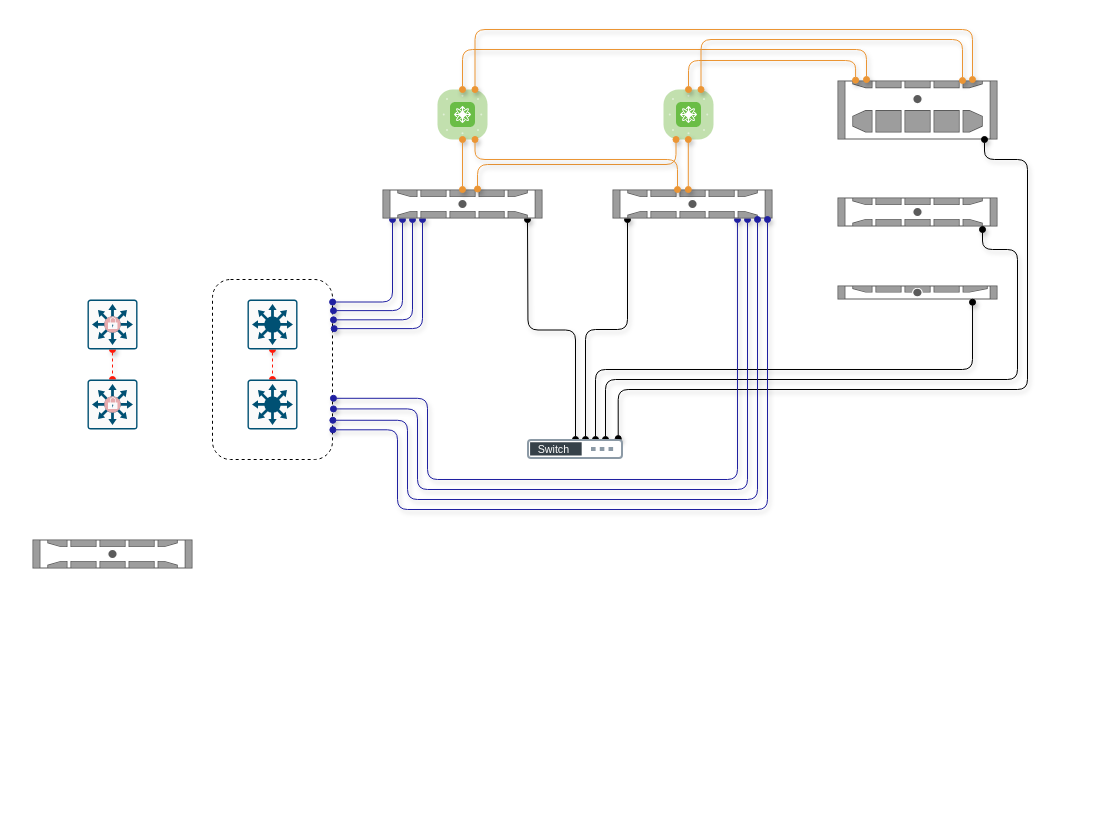
The draw.io diagram Untitled Diagram.drawio in dacchieu/drawio, before the edit. Source tidied: cells renumbered, new cells numbered last; positions are measured from the earlier drawing's top-left corner, leaving out a move shared by most shapes. Both pictures are drawn from the tidied source at 100%, with x=0, y=0 at pixel (32, 29).
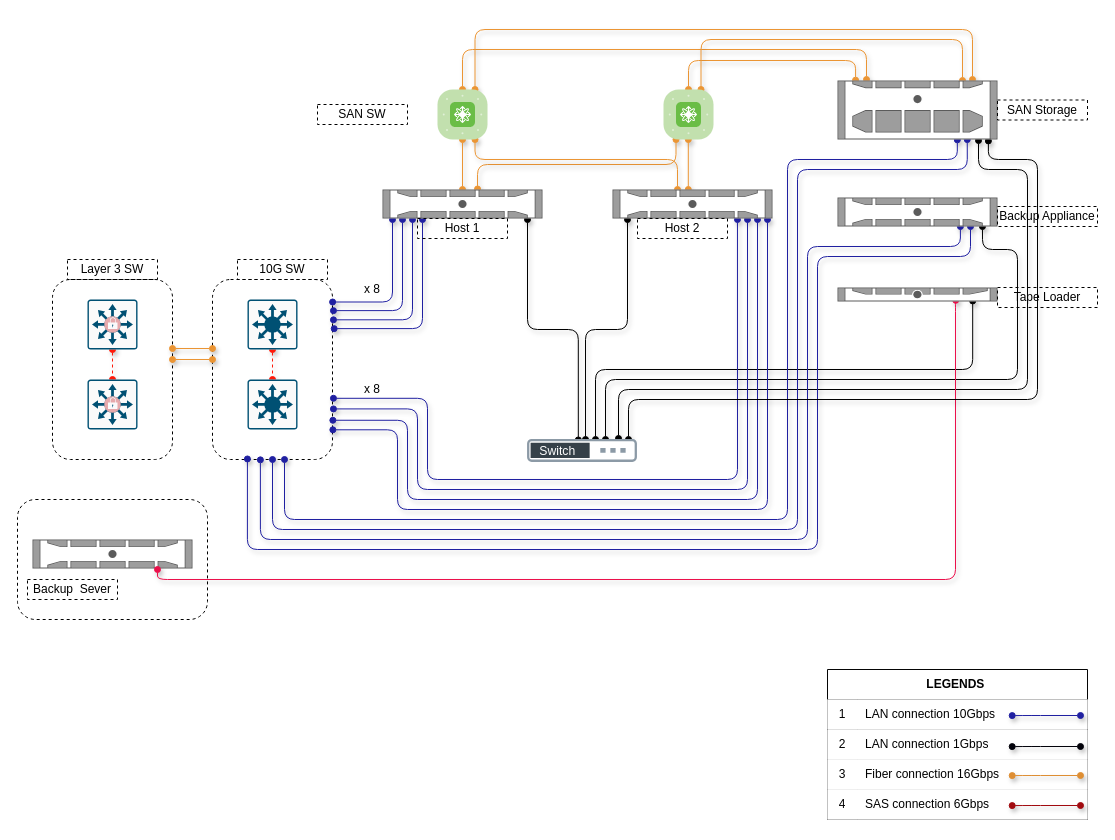
The same diagram, later.

Unchanged cells that the change refers to:
```xml
<mxCell id="19" style="rounded=1;whiteSpace=wrap;html=1;fillColor=none;dashed=1;" parent="1" vertex="1">
  <mxGeometry x="180" y="250" width="120" height="180" as="geometry" />
</mxCell>
```

Diff of the diagram source:
```diff
@@
-    <mxCell id="3" style="edgeStyle=orthogonalEdgeStyle;jettySize=auto;html=1;rounded=1;startArrow=oval;startFill=1;endArrow=oval;endFill=1;jumpStyle=none;shadow=1;entryX=0.5;entryY=0;entryDx=0;entryDy=0;" parent="1" edge="1" target="17">
+    <mxCell id="3" style="edgeStyle=orthogonalEdgeStyle;jettySize=auto;html=1;rounded=1;startArrow=oval;startFill=1;endArrow=oval;endFill=1;jumpStyle=none;shadow=1;entryX=0.462;entryY=0.02;entryDx=0;entryDy=0;entryPerimeter=0;" parent="1" edge="1" target="17">
       <mxGeometry relative="1" as="geometry">
         <mxPoint x="495" y="190" as="sourcePoint" />
+        <Array as="points">
+          <mxPoint x="495" y="300" />
+          <mxPoint x="545" y="300" />
+          <mxPoint x="545" y="411" />
+        </Array>
       </mxGeometry>
     </mxCell>
-    <mxCell id="4" style="verticalLabelPosition=bottom;html=1;fillColor=#6ABD46;strokeColor=#ffffff;verticalAlign=top;align=center;points=[[0.085,0.085,0],[0.915,0.085,0],[0.915,0.915,0],[0.085,0.915,0],[0.25,0,0],[0.5,0,0],[0.75,0,0],[1,0.25,0],[1,0.5,0],[1,0.75,0],[0.75,1,0],[0.5,1,0],[0.25,1,0],[0,0.75,0],[0,0.5,0],[0,0.25,0]];shape=mxgraph.cisco_safe.compositeIcon;bgIcon=mxgraph.cisco_safe.architecture.generic_appliance;resIcon=mxgraph.cisco_safe.architecture.fabric_switch;" parent="1" vertex="1">
-      <mxGeometry x="405" y="60" width="50" height="50" as="geometry" />
-    </mxCell>
@@
-    <mxCell id="8" style="verticalLabelPosition=bottom;html=1;fillColor=#6ABD46;strokeColor=#ffffff;verticalAlign=top;align=center;points=[[0.085,0.085,0],[0.915,0.085,0],[0.915,0.915,0],[0.085,0.915,0],[0.25,0,0],[0.5,0,0],[0.75,0,0],[1,0.25,0],[1,0.5,0],[1,0.75,0],[0.75,1,0],[0.5,1,0],[0.25,1,0],[0,0.75,0],[0,0.5,0],[0,0.25,0]];shape=mxgraph.cisco_safe.compositeIcon;bgIcon=mxgraph.cisco_safe.architecture.generic_appliance;resIcon=mxgraph.cisco_safe.architecture.fabric_switch;" parent="1" vertex="1">
-      <mxGeometry x="631" y="60" width="50" height="50" as="geometry" />
-    </mxCell>
@@
-    <mxCell id="11" style="shape=mxgraph.rack.dell.dell_poweredge_4u;html=1;labelPosition=right;align=left;spacingLeft=15;dashed=0;shadow=0;fillColor=#ffffff;" parent="1" vertex="1">
-      <mxGeometry x="805" y="51" width="160" height="59" as="geometry" />
-    </mxCell>
-    <mxCell id="12" style="shape=mxgraph.rack.dell.dell_poweredge_2u;html=1;labelPosition=right;align=left;spacingLeft=15;dashed=0;shadow=0;fillColor=#ffffff;" parent="1" vertex="1">
-      <mxGeometry x="805" y="168" width="160" height="29" as="geometry" />
-    </mxCell>
-    <mxCell id="13" style="shape=mxgraph.rack.dell.dell_poweredge_1u;html=1;labelPosition=right;align=left;spacingLeft=15;dashed=0;shadow=0;fillColor=#ffffff;" parent="1" vertex="1">
-      <mxGeometry x="805" y="256" width="160" height="14" as="geometry" />
-    </mxCell>
-    <mxCell id="14" style="edgeStyle=orthogonalEdgeStyle;jettySize=auto;html=1;rounded=1;startArrow=oval;startFill=1;endArrow=oval;endFill=1;jumpStyle=none;shadow=1;exitX=0.844;exitY=1.194;exitDx=0;exitDy=0;exitPerimeter=0;" parent="1" edge="1" source="13">
+    <mxCell id="14" style="edgeStyle=orthogonalEdgeStyle;jettySize=auto;html=1;rounded=1;startArrow=oval;startFill=1;endArrow=oval;endFill=1;jumpStyle=none;shadow=1;exitX=0.845;exitY=0.961;exitDx=0;exitDy=0;exitPerimeter=0;" parent="1" edge="1" source="13">
       <mxGeometry relative="1" as="geometry">
         <mxPoint x="563" y="410" as="targetPoint" />
         <Array as="points">
           <mxPoint x="940" y="340" />
           <mxPoint x="563" y="340" />
         </Array>
       </mxGeometry>
     </mxCell>
-    <mxCell id="15" style="edgeStyle=orthogonalEdgeStyle;orthogonalLoop=1;jettySize=auto;html=1;rounded=1;startArrow=oval;startFill=1;endArrow=oval;endFill=1;jumpStyle=none;shadow=1;" parent="1" edge="1">
+    <mxCell id="15" style="edgeStyle=orthogonalEdgeStyle;jettySize=auto;html=1;rounded=1;startArrow=oval;startFill=1;endArrow=oval;endFill=1;jumpStyle=none;shadow=1;exitX=0.906;exitY=1.001;exitDx=0;exitDy=0;exitPerimeter=0;" parent="1" edge="1" source="12">
       <mxGeometry relative="1" as="geometry">
-        <mxPoint x="950" y="200" as="sourcePoint" />
         <mxPoint x="573" y="410" as="targetPoint" />
         <Array as="points">
           <mxPoint x="950" y="220" />
           <mxPoint x="985" y="220" />
           <mxPoint x="985" y="350" />
           <mxPoint x="573" y="350" />
         </Array>
       </mxGeometry>
     </mxCell>
-    <mxCell id="16" style="edgeStyle=orthogonalEdgeStyle;jettySize=auto;html=1;rounded=1;startArrow=oval;startFill=1;endArrow=oval;endFill=1;jumpStyle=none;shadow=1;entryX=0.945;entryY=-0.044;entryDx=0;entryDy=0;entryPerimeter=0;" parent="1" edge="1" target="17">
+    <mxCell id="16" style="edgeStyle=orthogonalEdgeStyle;orthogonalLoop=1;jettySize=auto;html=1;rounded=1;startArrow=oval;startFill=1;endArrow=oval;endFill=1;jumpStyle=none;shadow=1;" parent="1" edge="1">
       <mxGeometry relative="1" as="geometry">
-        <mxPoint x="952" y="110" as="sourcePoint" />
+        <mxPoint x="946" y="111" as="sourcePoint" />
+        <mxPoint x="586" y="409" as="targetPoint" />
         <Array as="points">
-          <mxPoint x="952" y="130" />
-          <mxPoint x="995" y="130" />
+          <mxPoint x="946" y="140" />
+          <mxPoint x="995" y="140" />
           <mxPoint x="995" y="360" />
           <mxPoint x="586" y="360" />
-          <mxPoint x="586" y="409" />
         </Array>
       </mxGeometry>
     </mxCell>
-    <mxCell id="17" style="perimeter=ellipsePerimeter;html=1;align=center;fontSize=12;verticalAlign=top;fontColor=#364149;shadow=0;dashed=0;image;image=img/lib/cumulus/switch.svg;fillColor=#00188D;" parent="1" vertex="1">
-      <mxGeometry x="495" y="410" width="96" height="20" as="geometry" />
-    </mxCell>
@@
-    <mxCell id="26" style="shape=mxgraph.rack.dell.dell_poweredge_2u;html=1;labelPosition=right;align=left;spacingLeft=15;dashed=0;shadow=0;fillColor=#ffffff;" parent="1" vertex="1">
-      <mxGeometry x="580" y="160" width="160" height="29" as="geometry" />
-    </mxCell>
-    <mxCell id="27" style="shape=mxgraph.rack.dell.dell_poweredge_2u;html=1;labelPosition=right;align=left;spacingLeft=15;dashed=0;shadow=0;fillColor=#ffffff;" parent="1" vertex="1">
-      <mxGeometry x="350" y="160" width="160" height="29" as="geometry" />
-    </mxCell>
@@
+    <mxCell id="39" style="edgeStyle=orthogonalEdgeStyle;jettySize=auto;html=1;rounded=1;startArrow=oval;startFill=1;endArrow=oval;endFill=1;jumpStyle=none;shadow=1;strokeColor=#2020A1;exitX=0.749;exitY=1.006;exitDx=0;exitDy=0;exitPerimeter=0;" parent="1" edge="1" source="11" target="19">
+      <mxGeometry relative="1" as="geometry">
+        <Array as="points">
+          <mxPoint x="925" y="130" />
+          <mxPoint x="755" y="130" />
+          <mxPoint x="755" y="490" />
+          <mxPoint x="252" y="490" />
+        </Array>
+      </mxGeometry>
+    </mxCell>
+    <mxCell id="40" style="edgeStyle=orthogonalEdgeStyle;jettySize=auto;html=1;rounded=1;startArrow=oval;startFill=1;endArrow=oval;endFill=1;jumpStyle=none;shadow=1;strokeColor=#2020A1;entryX=0.5;entryY=1;entryDx=0;entryDy=0;exitX=0.811;exitY=1.002;exitDx=0;exitDy=0;exitPerimeter=0;" parent="1" edge="1" source="11" target="19">
+      <mxGeometry relative="1" as="geometry">
+        <Array as="points">
+          <mxPoint x="935" y="140" />
+          <mxPoint x="765" y="140" />
+          <mxPoint x="765" y="500" />
+          <mxPoint x="240" y="500" />
+        </Array>
+      </mxGeometry>
+    </mxCell>
+    <mxCell id="41" style="edgeStyle=orthogonalEdgeStyle;jettySize=auto;html=1;rounded=1;startArrow=oval;startFill=1;endArrow=oval;endFill=1;jumpStyle=none;shadow=1;sketch=0;entryX=0.739;entryY=0.914;entryDx=0;entryDy=0;entryPerimeter=0;strokeColor=#EB104B;" parent="1" edge="1" target="13">
+      <mxGeometry relative="1" as="geometry">
+        <mxPoint x="125" y="540" as="sourcePoint" />
+        <Array as="points">
+          <mxPoint x="125" y="550" />
+          <mxPoint x="923" y="550" />
+          <mxPoint x="923" y="272" />
+        </Array>
+      </mxGeometry>
+    </mxCell>
+    <mxCell id="42" style="edgeStyle=orthogonalEdgeStyle;jettySize=auto;html=1;rounded=1;startArrow=oval;startFill=1;endArrow=oval;endFill=1;jumpStyle=none;shadow=1;strokeColor=#2020A1;entryX=0.399;entryY=1.002;entryDx=0;entryDy=0;entryPerimeter=0;" parent="1" edge="1" target="19">
+      <mxGeometry relative="1" as="geometry">
+        <mxPoint x="927.9" y="197" as="sourcePoint" />
+        <Array as="points">
+          <mxPoint x="928" y="217" />
+          <mxPoint x="775" y="217" />
+          <mxPoint x="775" y="510" />
+          <mxPoint x="228" y="510" />
+          <mxPoint x="228" y="430" />
+        </Array>
+      </mxGeometry>
+    </mxCell>
+    <mxCell id="43" style="edgeStyle=orthogonalEdgeStyle;jettySize=auto;html=1;rounded=1;startArrow=oval;startFill=1;endArrow=oval;endFill=1;jumpStyle=none;shadow=1;strokeColor=#2020A1;entryX=0.291;entryY=0.997;entryDx=0;entryDy=0;entryPerimeter=0;" parent="1" edge="1" source="12" target="19">
+      <mxGeometry relative="1" as="geometry">
+        <Array as="points">
+          <mxPoint x="938" y="227" />
+          <mxPoint x="785" y="227" />
+          <mxPoint x="785" y="520" />
+          <mxPoint x="215" y="520" />
+        </Array>
+      </mxGeometry>
+    </mxCell>
+    <mxCell id="44" style="rounded=1;whiteSpace=wrap;html=1;fillColor=none;dashed=1;" parent="1" vertex="1">
+      <mxGeometry x="20" y="250" width="120" height="180" as="geometry" />
+    </mxCell>
+    <mxCell id="45" style="rounded=1;whiteSpace=wrap;html=1;fillColor=none;dashed=1;" parent="1" vertex="1">
+      <mxGeometry x="-15" y="470" width="190" height="120" as="geometry" />
+    </mxCell>
+    <mxCell id="46" style="edgeStyle=orthogonalEdgeStyle;jettySize=auto;html=1;rounded=1;startArrow=oval;startFill=1;endArrow=oval;endFill=1;jumpStyle=none;shadow=1;exitX=0.943;exitY=1.024;exitDx=0;exitDy=0;exitPerimeter=0;" parent="1" edge="1" source="11">
+      <mxGeometry relative="1" as="geometry">
+        <mxPoint x="596" y="410" as="targetPoint" />
+        <Array as="points">
+          <mxPoint x="956" y="130" />
+          <mxPoint x="1005" y="130" />
+          <mxPoint x="1005" y="370" />
+          <mxPoint x="596" y="370" />
+        </Array>
+      </mxGeometry>
+    </mxCell>
+    <mxCell id="17" style="perimeter=ellipsePerimeter;html=1;align=center;fontSize=12;verticalAlign=top;fontColor=#364149;shadow=0;dashed=0;image;image=img/lib/cumulus/switch.svg;fillColor=#00188D;" parent="1" vertex="1">
+      <mxGeometry x="495" y="410" width="110" height="22.9" as="geometry" />
+    </mxCell>
+    <mxCell id="13" style="shape=mxgraph.rack.dell.dell_poweredge_1u;html=1;labelPosition=right;align=left;spacingLeft=15;dashed=0;shadow=0;fillColor=#ffffff;" parent="1" vertex="1">
+      <mxGeometry x="805" y="258" width="160" height="14" as="geometry" />
+    </mxCell>
+    <mxCell id="12" style="shape=mxgraph.rack.dell.dell_poweredge_2u;html=1;labelPosition=right;align=left;spacingLeft=15;dashed=0;shadow=0;fillColor=#ffffff;" parent="1" vertex="1">
+      <mxGeometry x="805" y="168" width="160" height="29" as="geometry" />
+    </mxCell>
+    <mxCell id="11" style="shape=mxgraph.rack.dell.dell_poweredge_4u;html=1;labelPosition=right;align=left;spacingLeft=15;dashed=0;shadow=0;fillColor=#ffffff;" parent="1" vertex="1">
+      <mxGeometry x="805" y="51" width="160" height="59" as="geometry" />
+    </mxCell>
+    <mxCell id="26" style="shape=mxgraph.rack.dell.dell_poweredge_2u;html=1;labelPosition=right;align=left;spacingLeft=15;dashed=0;shadow=0;fillColor=#ffffff;" parent="1" vertex="1">
+      <mxGeometry x="580" y="160" width="160" height="29" as="geometry" />
+    </mxCell>
+    <mxCell id="27" style="shape=mxgraph.rack.dell.dell_poweredge_2u;html=1;labelPosition=right;align=left;spacingLeft=15;dashed=0;shadow=0;fillColor=#ffffff;" parent="1" vertex="1">
+      <mxGeometry x="350" y="160" width="160" height="29" as="geometry" />
+    </mxCell>
+    <mxCell id="4" style="verticalLabelPosition=bottom;html=1;fillColor=#6ABD46;strokeColor=#ffffff;verticalAlign=top;align=center;points=[[0.085,0.085,0],[0.915,0.085,0],[0.915,0.915,0],[0.085,0.915,0],[0.25,0,0],[0.5,0,0],[0.75,0,0],[1,0.25,0],[1,0.5,0],[1,0.75,0],[0.75,1,0],[0.5,1,0],[0.25,1,0],[0,0.75,0],[0,0.5,0],[0,0.25,0]];shape=mxgraph.cisco_safe.compositeIcon;bgIcon=mxgraph.cisco_safe.architecture.generic_appliance;resIcon=mxgraph.cisco_safe.architecture.fabric_switch;" parent="1" vertex="1">
+      <mxGeometry x="405" y="60" width="50" height="50" as="geometry" />
+    </mxCell>
+    <mxCell id="8" style="verticalLabelPosition=bottom;html=1;fillColor=#6ABD46;strokeColor=#ffffff;verticalAlign=top;align=center;points=[[0.085,0.085,0],[0.915,0.085,0],[0.915,0.915,0],[0.085,0.915,0],[0.25,0,0],[0.5,0,0],[0.75,0,0],[1,0.25,0],[1,0.5,0],[1,0.75,0],[0.75,1,0],[0.5,1,0],[0.25,1,0],[0,0.75,0],[0,0.5,0],[0,0.25,0]];shape=mxgraph.cisco_safe.compositeIcon;bgIcon=mxgraph.cisco_safe.architecture.generic_appliance;resIcon=mxgraph.cisco_safe.architecture.fabric_switch;" parent="1" vertex="1">
+      <mxGeometry x="631" y="60" width="50" height="50" as="geometry" />
+    </mxCell>
+    <mxCell id="47" value="LEGENDS&amp;nbsp;" style="shape=table;html=1;whiteSpace=wrap;startSize=30;childLayout=tableLayout;rowLines=1;fontStyle=1;align=center;strokeColor=#050505;" parent="1" vertex="1">
+      <mxGeometry x="795" y="640" width="260" height="150" as="geometry" />
+    </mxCell>
+    <mxCell id="48" style="shape=partialRectangle;html=1;whiteSpace=wrap;top=0;left=0;bottom=1;right=0;" parent="47" vertex="1">
+      <mxGeometry y="30" width="260" height="30" as="geometry" />
+    </mxCell>
+    <mxCell id="49" value="1" style="shape=partialRectangle;html=1;whiteSpace=wrap;top=0;left=0;bottom=0;right=0;overflow=hidden;" parent="48" vertex="1">
+      <mxGeometry width="30" height="30" as="geometry" />
+    </mxCell>
+    <mxCell id="50" value="LAN connection 10Gbps" style="shape=partialRectangle;html=1;whiteSpace=wrap;top=0;left=0;bottom=0;right=0;align=left;spacingLeft=6;overflow=hidden;" parent="48" vertex="1">
+      <mxGeometry x="30" width="230" height="30" as="geometry" />
+    </mxCell>
+    <mxCell id="51" style="shape=partialRectangle;html=1;whiteSpace=wrap;top=0;left=0;bottom=0;right=0;" parent="47" vertex="1">
+      <mxGeometry y="60" width="260" height="30" as="geometry" />
+    </mxCell>
+    <mxCell id="52" value="2" style="shape=partialRectangle;html=1;whiteSpace=wrap;top=0;left=0;bottom=0;right=0;overflow=hidden;" parent="51" vertex="1">
+      <mxGeometry width="30" height="30" as="geometry" />
+    </mxCell>
+    <mxCell id="53" value="LAN connection 1Gbps" style="shape=partialRectangle;html=1;whiteSpace=wrap;top=0;left=0;bottom=0;right=0;align=left;spacingLeft=6;overflow=hidden;" parent="51" vertex="1">
+      <mxGeometry x="30" width="230" height="30" as="geometry" />
+    </mxCell>
+    <mxCell id="54" style="shape=partialRectangle;html=1;whiteSpace=wrap;top=0;left=0;bottom=0;right=0;" parent="47" vertex="1">
+      <mxGeometry y="90" width="260" height="30" as="geometry" />
+    </mxCell>
+    <mxCell id="55" value="3" style="shape=partialRectangle;html=1;whiteSpace=wrap;top=0;left=0;bottom=0;right=0;overflow=hidden;" parent="54" vertex="1">
+      <mxGeometry width="30" height="30" as="geometry" />
+    </mxCell>
+    <mxCell id="56" value="Fiber connection 16Gbps" style="shape=partialRectangle;html=1;whiteSpace=wrap;top=0;left=0;bottom=0;right=0;align=left;spacingLeft=6;overflow=hidden;" parent="54" vertex="1">
+      <mxGeometry x="30" width="230" height="30" as="geometry" />
+    </mxCell>
+    <mxCell id="57" style="shape=partialRectangle;html=1;whiteSpace=wrap;top=0;left=0;bottom=0;right=0;" parent="47" vertex="1">
+      <mxGeometry y="120" width="260" height="30" as="geometry" />
+    </mxCell>
+    <mxCell id="58" value="4" style="shape=partialRectangle;html=1;whiteSpace=wrap;top=0;left=0;bottom=0;right=0;overflow=hidden;" parent="57" vertex="1">
+      <mxGeometry width="30" height="30" as="geometry" />
+    </mxCell>
+    <mxCell id="59" value="SAS connection 6Gbps" style="shape=partialRectangle;html=1;whiteSpace=wrap;top=0;left=0;bottom=0;right=0;align=left;spacingLeft=6;overflow=hidden;" parent="57" vertex="1">
+      <mxGeometry x="30" width="230" height="30" as="geometry" />
+    </mxCell>
+    <mxCell id="60" value="x 8" style="text;html=1;strokeColor=none;fillColor=none;align=center;verticalAlign=middle;whiteSpace=wrap;rounded=0;dashed=1;" parent="1" vertex="1">
+      <mxGeometry x="320" y="250" width="40" height="20" as="geometry" />
+    </mxCell>
+    <mxCell id="61" value="x 8" style="text;html=1;strokeColor=none;fillColor=none;align=center;verticalAlign=middle;whiteSpace=wrap;rounded=0;dashed=1;" parent="1" vertex="1">
+      <mxGeometry x="320" y="350" width="40" height="20" as="geometry" />
+    </mxCell>
+    <mxCell id="62" value="Backup&amp;nbsp; Sever" style="text;html=1;fillColor=none;align=center;verticalAlign=middle;whiteSpace=wrap;rounded=0;dashed=1;strokeColor=#000000;" parent="1" vertex="1">
+      <mxGeometry x="-5" y="550" width="90" height="20" as="geometry" />
+    </mxCell>
+    <mxCell id="63" value="Tape Loader" style="text;html=1;fillColor=none;align=center;verticalAlign=middle;whiteSpace=wrap;rounded=0;dashed=1;strokeColor=#000000;" parent="1" vertex="1">
+      <mxGeometry x="965" y="258" width="100" height="20" as="geometry" />
+    </mxCell>
+    <mxCell id="64" value="Host 1" style="text;html=1;fillColor=none;align=center;verticalAlign=middle;whiteSpace=wrap;rounded=0;dashed=1;strokeColor=#000000;" parent="1" vertex="1">
+      <mxGeometry x="385" y="189" width="90" height="20" as="geometry" />
+    </mxCell>
+    <mxCell id="65" value="Host 2" style="text;html=1;fillColor=none;align=center;verticalAlign=middle;whiteSpace=wrap;rounded=0;dashed=1;strokeColor=#000000;" parent="1" vertex="1">
+      <mxGeometry x="605" y="189" width="90" height="20" as="geometry" />
+    </mxCell>
+    <mxCell id="66" value="SAN Storage" style="text;html=1;fillColor=none;align=center;verticalAlign=middle;whiteSpace=wrap;rounded=0;dashed=1;strokeColor=#000000;" parent="1" vertex="1">
+      <mxGeometry x="965" y="70.5" width="90" height="20" as="geometry" />
+    </mxCell>
+    <mxCell id="67" value="Backup Appliance" style="text;html=1;fillColor=none;align=center;verticalAlign=middle;whiteSpace=wrap;rounded=0;dashed=1;strokeColor=#000000;" parent="1" vertex="1">
+      <mxGeometry x="965" y="177" width="100" height="20" as="geometry" />
+    </mxCell>
+    <mxCell id="68" style="edgeStyle=orthogonalEdgeStyle;orthogonalLoop=1;jettySize=auto;html=1;rounded=1;startArrow=oval;startFill=1;endArrow=oval;endFill=1;jumpStyle=none;shadow=1;strokeColor=#2020A1;entryX=1.014;entryY=0.273;entryDx=0;entryDy=0;entryPerimeter=0;" parent="1" edge="1">
+      <mxGeometry relative="1" as="geometry">
+        <mxPoint x="1048" y="686" as="sourcePoint" />
+        <mxPoint x="979.7" y="686.1" as="targetPoint" />
+        <Array as="points">
+          <mxPoint x="998" y="686" />
+          <mxPoint x="998" y="686" />
+        </Array>
+      </mxGeometry>
+    </mxCell>
+    <mxCell id="69" style="edgeStyle=orthogonalEdgeStyle;orthogonalLoop=1;jettySize=auto;html=1;rounded=1;startArrow=oval;startFill=1;endArrow=oval;endFill=1;jumpStyle=none;shadow=1;entryX=1.014;entryY=0.273;entryDx=0;entryDy=0;entryPerimeter=0;strokeColor=#02020A;" parent="1" edge="1">
+      <mxGeometry relative="1" as="geometry">
+        <mxPoint x="1048" y="717" as="sourcePoint" />
+        <mxPoint x="979.7" y="717.1" as="targetPoint" />
+        <Array as="points">
+          <mxPoint x="998" y="717" />
+          <mxPoint x="998" y="717" />
+        </Array>
+      </mxGeometry>
+    </mxCell>
+    <mxCell id="70" style="edgeStyle=orthogonalEdgeStyle;orthogonalLoop=1;jettySize=auto;html=1;rounded=1;startArrow=oval;startFill=1;endArrow=oval;endFill=1;jumpStyle=none;shadow=1;entryX=1.014;entryY=0.273;entryDx=0;entryDy=0;entryPerimeter=0;strokeColor=#DE8E33;" parent="1" edge="1">
+      <mxGeometry relative="1" as="geometry">
+        <mxPoint x="1048" y="746" as="sourcePoint" />
+        <mxPoint x="979.7" y="746.1" as="targetPoint" />
+        <Array as="points">
+          <mxPoint x="998" y="746" />
+          <mxPoint x="998" y="746" />
+        </Array>
+      </mxGeometry>
+    </mxCell>
+    <mxCell id="71" style="edgeStyle=orthogonalEdgeStyle;orthogonalLoop=1;jettySize=auto;html=1;rounded=1;startArrow=oval;startFill=1;endArrow=oval;endFill=1;jumpStyle=none;shadow=1;entryX=1.014;entryY=0.273;entryDx=0;entryDy=0;entryPerimeter=0;strokeColor=#A10A0F;" parent="1" edge="1">
+      <mxGeometry relative="1" as="geometry">
+        <mxPoint x="1048" y="776" as="sourcePoint" />
+        <mxPoint x="979.7" y="776.1" as="targetPoint" />
+        <Array as="points">
+          <mxPoint x="998" y="776" />
+          <mxPoint x="998" y="776" />
+        </Array>
+      </mxGeometry>
+    </mxCell>
+    <mxCell id="72" value="10G SW" style="text;html=1;fillColor=none;align=center;verticalAlign=middle;whiteSpace=wrap;rounded=0;dashed=1;strokeColor=#000000;" parent="1" vertex="1">
+      <mxGeometry x="205" y="230" width="90" height="20" as="geometry" />
+    </mxCell>
+    <mxCell id="73" value="Layer 3 SW" style="text;html=1;fillColor=none;align=center;verticalAlign=middle;whiteSpace=wrap;rounded=0;dashed=1;strokeColor=#000000;" parent="1" vertex="1">
+      <mxGeometry x="35" y="230" width="90" height="20" as="geometry" />
+    </mxCell>
+    <mxCell id="74" value="SAN SW" style="text;html=1;fillColor=none;align=center;verticalAlign=middle;whiteSpace=wrap;rounded=0;dashed=1;strokeColor=#000000;" parent="1" vertex="1">
+      <mxGeometry x="285" y="75" width="90" height="20" as="geometry" />
+    </mxCell>
+    <mxCell id="75" style="edgeStyle=orthogonalEdgeStyle;orthogonalLoop=1;jettySize=auto;html=1;rounded=1;startArrow=oval;startFill=1;endArrow=oval;endFill=1;jumpStyle=none;shadow=1;strokeColor=#EB9534;sketch=0;entryX=0;entryY=0.25;entryDx=0;entryDy=0;" parent="1" edge="1">
+      <mxGeometry relative="1" as="geometry">
+        <mxPoint x="140" y="319" as="sourcePoint" />
+        <mxPoint x="180" y="319" as="targetPoint" />
+        <Array as="points">
+          <mxPoint x="140" y="319" />
+        </Array>
+      </mxGeometry>
+    </mxCell>
+    <mxCell id="76" style="edgeStyle=orthogonalEdgeStyle;orthogonalLoop=1;jettySize=auto;html=1;rounded=1;startArrow=oval;startFill=1;endArrow=oval;endFill=1;jumpStyle=none;shadow=1;strokeColor=#EB9534;sketch=0;entryX=0;entryY=0.25;entryDx=0;entryDy=0;" parent="1" edge="1">
+      <mxGeometry relative="1" as="geometry">
+        <mxPoint x="140" y="330" as="sourcePoint" />
+        <mxPoint x="180" y="330" as="targetPoint" />
+        <Array as="points">
+          <mxPoint x="140" y="330" />
+        </Array>
+      </mxGeometry>
+    </mxCell>
```
